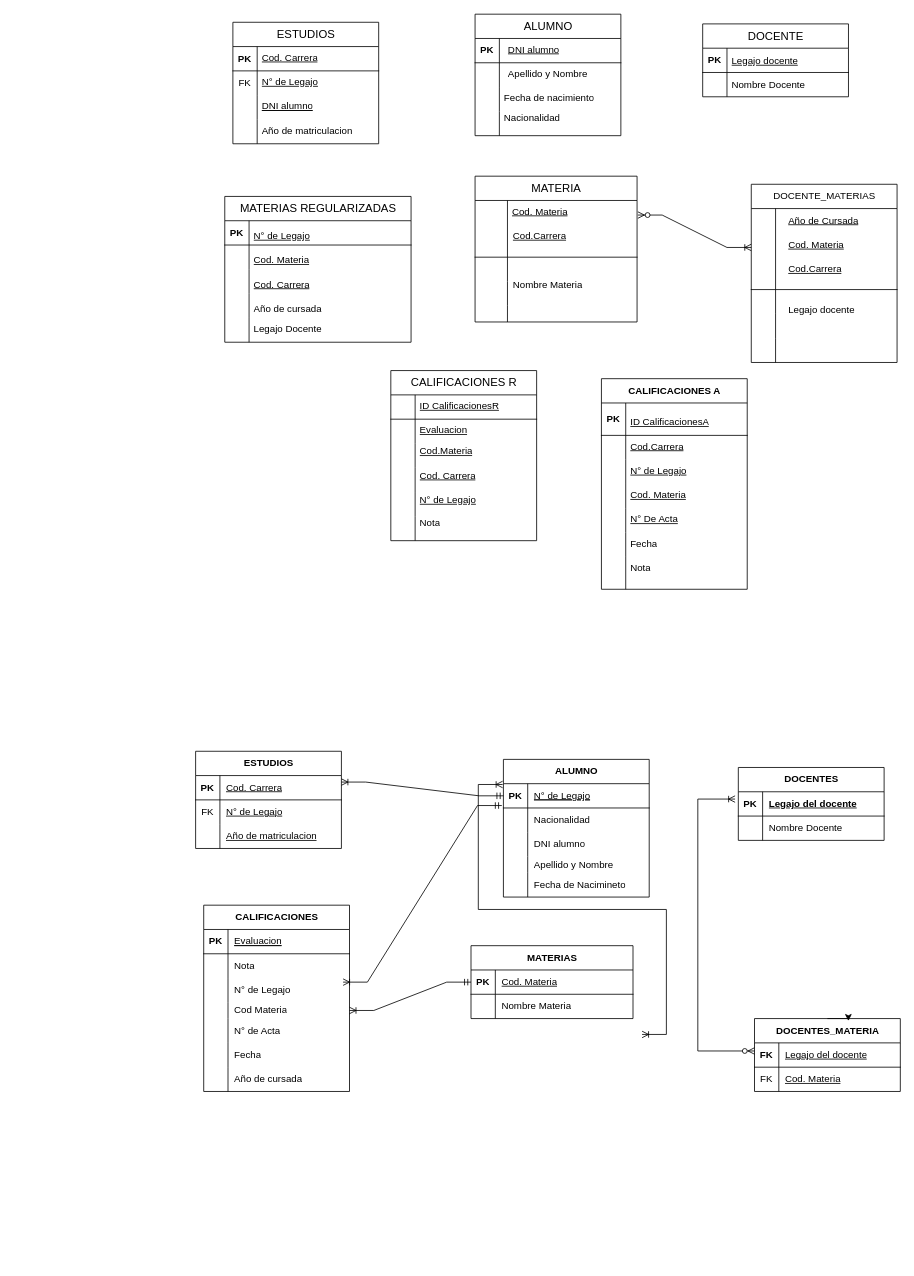
Earlier version of the draw.io diagram page "DER" (3 of 3) of Grupo11_Parcial1.drawio (Ailenmarina/Grupo11). Source tidied: cells renumbered, new cells numbered last; positions are measured from the earlier drawing's top-left corner, leaving out a move shared by most shapes. Both pictures are drawn from the tidied source at 81%, with x=0, y=0 at pixel (14, 14).
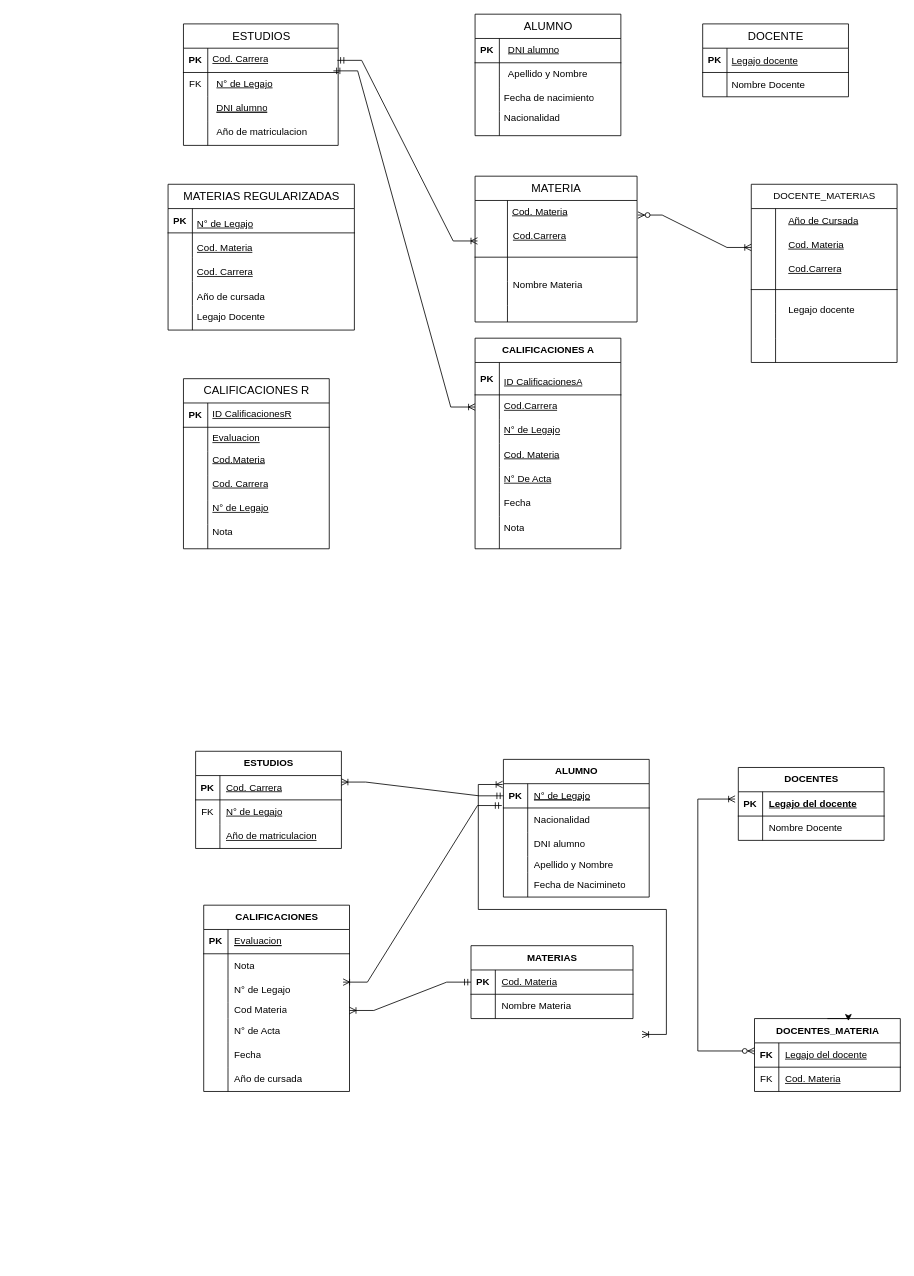
The same diagram, later.

Unchanged cells that the change refers to:
```xml
<mxCell id="98" style="shape=tableRow;horizontal=0;startSize=0;swimlaneHead=0;swimlaneBody=0;fillColor=none;points=[[0,0.5],[1,0.5]];portConstraint=eastwest;top=0;left=0;right=0;bottom=1;" parent="97" vertex="1">
  <mxGeometry y="30" width="200" height="70" as="geometry" />
</mxCell>
<mxCell id="164" style="shape=tableRow;horizontal=0;startSize=0;swimlaneHead=0;swimlaneBody=0;fillColor=none;top=0;left=0;right=0;bottom=1;" parent="163" vertex="1">
  <mxGeometry y="30" width="180" height="30" as="geometry" />
</mxCell>
<mxCell id="186" style="shape=tableRow;horizontal=0;startSize=0;swimlaneHead=0;swimlaneBody=0;fillColor=none;points=[[0,0.5],[1,0.5]];portConstraint=eastwest;top=0;left=0;right=0;bottom=0;" parent="182" vertex="1">
  <mxGeometry y="70" width="180" height="30" as="geometry" />
</mxCell>
```

Change to the diagram source:
```diff
@@
     <mxCell id="114" value="&lt;span style=&quot;font-size: 14px; font-weight: 400;&quot;&gt;MATERIAS REGULARIZADAS&lt;/span&gt;" style="shape=table;startSize=30;childLayout=tableLayout;rowLines=0;fontStyle=1;align=center;html=1;" parent="1" vertex="1">
-      <mxGeometry x="260" y="225" width="230" height="180" as="geometry" />
+      <mxGeometry x="190" y="210" width="230" height="180" as="geometry" />
     </mxCell>
@@
     <mxCell id="130" value="&lt;span style=&quot;font-size: 14px; font-weight: 400;&quot;&gt;ESTUDIOS&lt;/span&gt;" style="shape=table;startSize=30;childLayout=tableLayout;rowLines=0;fontStyle=1;align=center;html=1;" parent="1" vertex="1">
-      <mxGeometry x="270" y="10" width="180" height="150" as="geometry" />
+      <mxGeometry x="209" y="12" width="191" height="150" as="geometry" />
     </mxCell>
     <mxCell id="131" style="shape=tableRow;horizontal=0;startSize=0;swimlaneHead=0;swimlaneBody=0;fillColor=none;points=[[0,0.5],[1,0.5]];portConstraint=eastwest;top=0;left=0;right=0;bottom=1;" parent="130" vertex="1">
-      <mxGeometry y="30" width="180" height="30" as="geometry" />
+      <mxGeometry y="30" width="191" height="30" as="geometry" />
     </mxCell>
@@
     <mxCell id="133" style="shape=partialRectangle;fillColor=none;top=0;left=0;bottom=0;right=0;align=left;spacingLeft=6;fontStyle=5;overflow=hidden;whiteSpace=wrap;html=1;" parent="131" vertex="1">
-      <mxGeometry x="30" width="150" height="30" as="geometry" />
+      <mxGeometry x="30" width="161" height="30" as="geometry" />
     </mxCell>
     <mxCell id="134" style="shape=tableRow;horizontal=0;startSize=0;swimlaneHead=0;swimlaneBody=0;fillColor=none;top=0;left=0;right=0;bottom=0;" parent="130" vertex="1">
-      <mxGeometry y="60" width="180" height="30" as="geometry" />
+      <mxGeometry y="60" width="191" height="30" as="geometry" />
     </mxCell>
@@
     <mxCell id="136" style="shape=partialRectangle;fillColor=none;top=0;left=0;bottom=0;right=0;align=left;spacingLeft=6;overflow=hidden;whiteSpace=wrap;html=1;" parent="134" vertex="1">
-      <mxGeometry x="30" width="150" height="30" as="geometry" />
+      <mxGeometry x="30" width="161" height="30" as="geometry" />
     </mxCell>
     <mxCell id="137" style="shape=tableRow;horizontal=0;startSize=0;swimlaneHead=0;swimlaneBody=0;fillColor=none;top=0;left=0;right=0;bottom=0;" parent="130" vertex="1">
-      <mxGeometry y="90" width="180" height="30" as="geometry" />
+      <mxGeometry y="90" width="191" height="30" as="geometry" />
     </mxCell>
@@
     <mxCell id="139" style="shape=partialRectangle;fillColor=none;top=0;left=0;bottom=0;right=0;align=left;spacingLeft=6;overflow=hidden;whiteSpace=wrap;html=1;" parent="137" vertex="1">
-      <mxGeometry x="30" width="150" height="30" as="geometry" />
+      <mxGeometry x="30" width="161" height="30" as="geometry" />
     </mxCell>
     <mxCell id="140" style="shape=tableRow;horizontal=0;startSize=0;swimlaneHead=0;swimlaneBody=0;fillColor=none;top=0;left=0;right=0;bottom=0;" parent="130" vertex="1">
-      <mxGeometry y="120" width="180" height="30" as="geometry" />
+      <mxGeometry y="120" width="191" height="30" as="geometry" />
     </mxCell>
@@
     <mxCell id="142" style="shape=partialRectangle;fillColor=none;top=0;left=0;bottom=0;right=0;align=left;spacingLeft=6;overflow=hidden;whiteSpace=wrap;html=1;" parent="140" vertex="1">
-      <mxGeometry x="30" width="150" height="30" as="geometry" />
+      <mxGeometry x="30" width="161" height="30" as="geometry" />
     </mxCell>
@@
     <mxCell id="163" value="&lt;span style=&quot;font-size: 14px; font-weight: 400;&quot;&gt;CALIFICACIONES R&lt;/span&gt;" style="shape=table;startSize=30;childLayout=tableLayout;rowLines=0;fontStyle=1;align=center;html=1;" parent="1" vertex="1">
-      <mxGeometry x="465" y="440" width="180" height="210" as="geometry" />
+      <mxGeometry x="209" y="450" width="180" height="210" as="geometry" />
     </mxCell>
@@
-    <mxCell id="165" style="shape=partialRectangle;fillColor=none;top=0;left=0;bottom=0;right=0;fontStyle=1;overflow=hidden;whiteSpace=wrap;html=1;" parent="164" vertex="1">
+    <mxCell id="165" value="PK" style="shape=partialRectangle;fillColor=none;top=0;left=0;bottom=0;right=0;fontStyle=1;overflow=hidden;whiteSpace=wrap;html=1;" parent="164" vertex="1">
       <mxGeometry width="30" height="30" as="geometry" />
     </mxCell>
@@
     <mxCell id="182" value="CALIFICACIONES A" style="shape=table;startSize=30;childLayout=tableLayout;rowLines=0;fontStyle=1;align=center;html=1;" parent="1" vertex="1">
-      <mxGeometry x="725" y="450" width="180" height="260" as="geometry" />
+      <mxGeometry x="569" y="400" width="180" height="260" as="geometry" />
     </mxCell>
@@
     <mxCell id="204" value="&lt;u&gt;Cod.Carrera&lt;/u&gt;" style="text;strokeColor=none;fillColor=none;spacingLeft=4;spacingRight=4;overflow=hidden;fontSize=12;whiteSpace=wrap;html=1;" parent="1" vertex="1">
-      <mxGeometry x="755" y="520" width="160" height="30" as="geometry" />
+      <mxGeometry x="599" y="470" width="160" height="30" as="geometry" />
     </mxCell>
     <mxCell id="205" value="&lt;u&gt;Cod. Materia&lt;/u&gt;" style="text;strokeColor=none;fillColor=none;spacingLeft=4;spacingRight=4;overflow=hidden;fontSize=12;whiteSpace=wrap;html=1;" parent="1" vertex="1">
-      <mxGeometry x="755" y="580" width="160" height="30" as="geometry" />
+      <mxGeometry x="599" y="530" width="160" height="30" as="geometry" />
     </mxCell>
     <mxCell id="206" value="&lt;u&gt;N° De Acta&lt;/u&gt;" style="text;strokeColor=none;fillColor=none;spacingLeft=4;spacingRight=4;overflow=hidden;fontSize=12;whiteSpace=wrap;html=1;" parent="1" vertex="1">
-      <mxGeometry x="755" y="610" width="160" height="30" as="geometry" />
+      <mxGeometry x="599" y="560" width="160" height="30" as="geometry" />
     </mxCell>
     <mxCell id="207" value="&lt;u&gt;N° de Legajo&lt;/u&gt;" style="text;strokeColor=none;fillColor=none;spacingLeft=4;spacingRight=4;overflow=hidden;fontSize=12;whiteSpace=wrap;html=1;" parent="1" vertex="1">
-      <mxGeometry x="755" y="550" width="160" height="30" as="geometry" />
+      <mxGeometry x="599" y="500" width="160" height="30" as="geometry" />
     </mxCell>
     <mxCell id="208" value="Nota" style="text;strokeColor=none;fillColor=none;spacingLeft=4;spacingRight=4;overflow=hidden;fontSize=12;whiteSpace=wrap;html=1;" parent="1" vertex="1">
-      <mxGeometry x="755" y="670" width="160" height="30" as="geometry" />
+      <mxGeometry x="599" y="620" width="160" height="30" as="geometry" />
     </mxCell>
     <mxCell id="209" value="Fecha" style="text;strokeColor=none;fillColor=none;spacingLeft=4;spacingRight=4;overflow=hidden;fontSize=12;whiteSpace=wrap;html=1;" parent="1" vertex="1">
-      <mxGeometry x="755" y="640" width="160" height="30" as="geometry" />
+      <mxGeometry x="599" y="590" width="160" height="30" as="geometry" />
     </mxCell>
     <mxCell id="210" value="&lt;u&gt;ID CalificacionesA&lt;/u&gt;" style="text;strokeColor=none;fillColor=none;spacingLeft=4;spacingRight=4;overflow=hidden;fontSize=12;whiteSpace=wrap;html=1;" parent="1" vertex="1">
-      <mxGeometry x="755" y="490" width="160" height="30" as="geometry" />
+      <mxGeometry x="599" y="440" width="160" height="30" as="geometry" />
     </mxCell>
     <mxCell id="211" value="&lt;u&gt;ID CalificacionesR&lt;/u&gt;" style="text;strokeColor=none;fillColor=none;spacingLeft=4;spacingRight=4;overflow=hidden;fontSize=12;whiteSpace=wrap;html=1;" parent="1" vertex="1">
-      <mxGeometry x="495" y="470" width="160" height="30" as="geometry" />
+      <mxGeometry x="239" y="480" width="160" height="30" as="geometry" />
     </mxCell>
     <mxCell id="212" value="&lt;u&gt;Cod.Materia&lt;/u&gt;" style="text;strokeColor=none;fillColor=none;spacingLeft=4;spacingRight=4;overflow=hidden;fontSize=12;whiteSpace=wrap;html=1;" parent="1" vertex="1">
-      <mxGeometry x="495" y="526" width="160" height="30" as="geometry" />
+      <mxGeometry x="239" y="536" width="160" height="30" as="geometry" />
     </mxCell>
     <mxCell id="213" value="&lt;u&gt;Evaluacion&lt;/u&gt;" style="text;strokeColor=none;fillColor=none;spacingLeft=4;spacingRight=4;overflow=hidden;fontSize=12;whiteSpace=wrap;html=1;" parent="1" vertex="1">
-      <mxGeometry x="495" y="500" width="160" height="30" as="geometry" />
+      <mxGeometry x="239" y="510" width="160" height="30" as="geometry" />
     </mxCell>
     <mxCell id="214" value="&lt;u&gt;N° de Legajo&lt;/u&gt;" style="text;strokeColor=none;fillColor=none;spacingLeft=4;spacingRight=4;overflow=hidden;fontSize=12;whiteSpace=wrap;html=1;" parent="1" vertex="1">
-      <mxGeometry x="495" y="586" width="160" height="30" as="geometry" />
+      <mxGeometry x="239" y="596" width="160" height="30" as="geometry" />
     </mxCell>
     <mxCell id="215" value="&lt;u&gt;Cod. Carrera&lt;/u&gt;" style="text;strokeColor=none;fillColor=none;spacingLeft=4;spacingRight=4;overflow=hidden;fontSize=12;whiteSpace=wrap;html=1;" parent="1" vertex="1">
-      <mxGeometry x="495" y="556" width="160" height="30" as="geometry" />
+      <mxGeometry x="239" y="566" width="160" height="30" as="geometry" />
     </mxCell>
     <mxCell id="216" value="Nota" style="text;strokeColor=none;fillColor=none;spacingLeft=4;spacingRight=4;overflow=hidden;fontSize=12;whiteSpace=wrap;html=1;" parent="1" vertex="1">
-      <mxGeometry x="495" y="615" width="160" height="30" as="geometry" />
+      <mxGeometry x="239" y="625" width="160" height="30" as="geometry" />
     </mxCell>
     <mxCell id="217" value="&lt;u&gt;N° de Legajo&lt;/u&gt;" style="text;strokeColor=none;fillColor=none;spacingLeft=4;spacingRight=4;overflow=hidden;fontSize=12;whiteSpace=wrap;html=1;" parent="1" vertex="1">
-      <mxGeometry x="290" y="260" width="210" height="30" as="geometry" />
+      <mxGeometry x="220" y="245" width="210" height="30" as="geometry" />
     </mxCell>
     <mxCell id="218" value="&lt;u&gt;Cod. Materia&lt;/u&gt;" style="text;strokeColor=none;fillColor=none;spacingLeft=4;spacingRight=4;overflow=hidden;fontSize=12;whiteSpace=wrap;html=1;" parent="1" vertex="1">
-      <mxGeometry x="290" y="290" width="210" height="30" as="geometry" />
+      <mxGeometry x="220" y="275" width="210" height="30" as="geometry" />
     </mxCell>
     <mxCell id="219" value="&lt;div&gt;&lt;u&gt;Cod. Carrera&lt;/u&gt;&lt;/div&gt;" style="text;strokeColor=none;fillColor=none;spacingLeft=4;spacingRight=4;overflow=hidden;fontSize=12;whiteSpace=wrap;html=1;" parent="1" vertex="1">
-      <mxGeometry x="290" y="320" width="210" height="30" as="geometry" />
+      <mxGeometry x="220" y="305" width="210" height="30" as="geometry" />
     </mxCell>
     <mxCell id="220" value="Año de cursada" style="text;strokeColor=none;fillColor=none;spacingLeft=4;spacingRight=4;overflow=hidden;fontSize=12;whiteSpace=wrap;html=1;" parent="1" vertex="1">
-      <mxGeometry x="290" y="350" width="210" height="30" as="geometry" />
+      <mxGeometry x="220" y="335" width="210" height="30" as="geometry" />
     </mxCell>
     <mxCell id="221" value="Legajo Docente" style="text;strokeColor=none;fillColor=none;spacingLeft=4;spacingRight=4;overflow=hidden;fontSize=12;whiteSpace=wrap;html=1;" parent="1" vertex="1">
-      <mxGeometry x="290" y="375" width="210" height="30" as="geometry" />
+      <mxGeometry x="220" y="360" width="210" height="30" as="geometry" />
     </mxCell>
@@
     <mxCell id="226" value="Cod. Carrera" style="text;strokeColor=none;fillColor=none;spacingLeft=4;spacingRight=4;overflow=hidden;points=[[0,0.5],[1,0.5]];portConstraint=eastwest;fontSize=12;whiteSpace=wrap;html=1;fontStyle=4;" parent="1" vertex="1">
-      <mxGeometry x="300" y="40" width="160" height="30" as="geometry" />
+      <mxGeometry x="239" y="42" width="160" height="30" as="geometry" />
     </mxCell>
     <mxCell id="227" value="&lt;u&gt;N° de Legajo&lt;/u&gt;" style="text;strokeColor=none;fillColor=none;spacingLeft=4;spacingRight=4;overflow=hidden;fontSize=12;whiteSpace=wrap;html=1;" parent="1" vertex="1">
-      <mxGeometry x="300" y="70" width="160" height="30" as="geometry" />
+      <mxGeometry x="244" y="72" width="160" height="30" as="geometry" />
     </mxCell>
     <mxCell id="228" value="Año de matriculacion" style="text;strokeColor=none;fillColor=none;spacingLeft=4;spacingRight=4;overflow=hidden;fontSize=12;whiteSpace=wrap;html=1;" parent="1" vertex="1">
-      <mxGeometry x="300" y="130" width="160" height="30" as="geometry" />
+      <mxGeometry x="244" y="132" width="160" height="30" as="geometry" />
     </mxCell>
     <mxCell id="229" value="&lt;u&gt;DNI alumno&lt;/u&gt;" style="text;strokeColor=none;fillColor=none;spacingLeft=4;spacingRight=4;overflow=hidden;fontSize=12;whiteSpace=wrap;html=1;fontStyle=4;" parent="1" vertex="1">
-      <mxGeometry x="300" y="100" width="160" height="30" as="geometry" />
+      <mxGeometry x="244" y="102" width="160" height="30" as="geometry" />
     </mxCell>
@@
+    <mxCell id="232" style="edgeStyle=entityRelationEdgeStyle;fontSize=12;html=1;endArrow=ERoneToMany;startArrow=ERmandOne;rounded=0;entryX=0.015;entryY=0.714;entryDx=0;entryDy=0;entryPerimeter=0;" parent="1" edge="1" source="226" target="98">
+      <mxGeometry relative="1" as="geometry" />
+    </mxCell>
+    <mxCell id="233" style="edgeStyle=entityRelationEdgeStyle;fontSize=12;html=1;endArrow=ERoneToMany;startArrow=ERmandOne;rounded=0;exitX=0.969;exitY=0.933;exitDx=0;exitDy=0;exitPerimeter=0;entryX=0;entryY=0.5;entryDx=0;entryDy=0;" parent="1" edge="1" source="131" target="186">
+      <mxGeometry relative="1" as="geometry" />
+    </mxCell>
```
